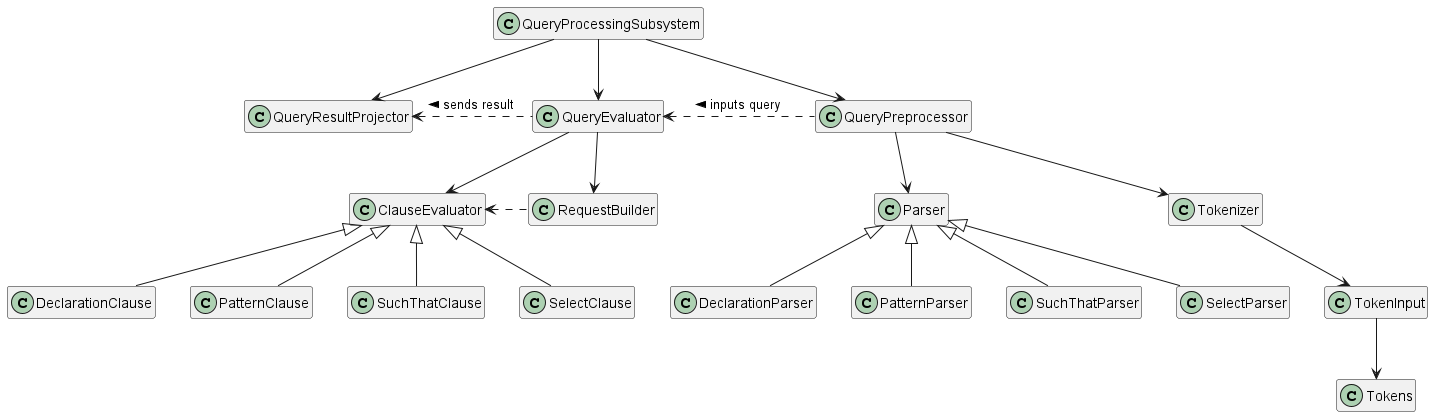
Above: Team09/Code09/docs/qps/QPS High Level Class Diagram.png in yl-ang/static-program-analyzer (PlantUML), before the change.
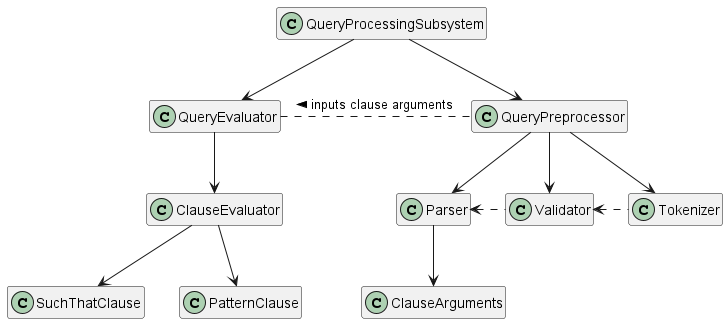
The same diagram one commit later.

Commit message:
Add QPS class and sequence diagrams

What changed in the source:
```diff
@@ -1,52 +1,39 @@
 @startuml
 
 class           QueryProcessingSubsystem
-class           QueryResultProjector
 
 class           QueryEvaluator
+
 class           ClauseEvaluator
-class           RequestBuilder
-class           SelectClause
-class           DeclarationClause
+
+class           SuchThatClause
 class           PatternClause
-class           SuchThatClause
 
 class           QueryPreprocessor
+
 class           Parser
-class           SelectParser
-class           DeclarationParser
-class           PatternParser
-class           SuchThatParser
+class           Validator
 class           Tokenizer
-class           TokenInput
-class           Tokens
 
-QueryProcessingSubsystem           -->           QueryResultProjector
+class           ClauseArguments
+
 QueryProcessingSubsystem           -->           QueryEvaluator
 QueryProcessingSubsystem           -->           QueryPreprocessor
 
-QueryEvaluator           <.right.           QueryPreprocessor           :           < inputs query
-QueryResultProjector           <.right.           QueryEvaluator           :           < sends result
+QueryEvaluator          .right.       QueryPreprocessor     :   < inputs clause arguments
 
-QueryEvaluator           -->           ClauseEvaluator
-QueryEvaluator           -->           RequestBuilder
-ClauseEvaluator           <.right.           RequestBuilder
+QueryEvaluator          -->         ClauseEvaluator
+ClauseEvaluator         -->         SuchThatClause
+ClauseEvaluator         -->         PatternClause
 
-ClauseEvaluator           <|--           SelectClause
-ClauseEvaluator           <|--           DeclarationClause
-ClauseEvaluator           <|--           SuchThatClause
-ClauseEvaluator           <|--           PatternClause
+QueryPreprocessor       -->         Parser
+QueryPreprocessor       -->         Validator
+QueryPreprocessor       -->         Tokenizer
 
-QueryPreprocessor           -->           Parser
-QueryPreprocessor           -->           Tokenizer
+Parser              <.right.        Validator
+Validator           <.right.        Tokenizer
 
-Parser           <|--           SelectParser
-Parser           <|--           DeclarationParser
-Parser           <|--           SuchThatParser
-Parser           <|--           PatternParser
-
-Tokenizer           -->           TokenInput
-TokenInput           -->           Tokens
+Parser              -->         ClauseArguments
 
 hide empty fields
 hide empty methods
```
